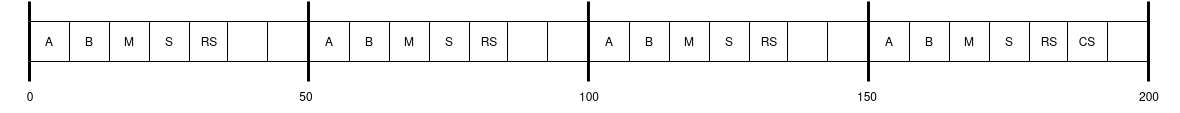
CosminOctavianPetre/RTS-P1-Cyclic-Scheduling keeps this draw.io diagram as schedulers/arduino/A.drawio.png. Above is the earlier version. Source tidied: cells renumbered, new cells last; positions are measured from the earlier drawing's top-left corner, leaving out a move shared by most shapes.
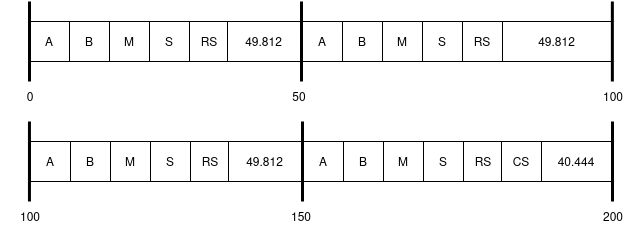
After the commit.

Change to the diagram source:
```diff
@@ -3,133 +3,133 @@
     <mxCell id="0" />
     <mxCell id="1" parent="0" />
     <mxCell id="2" value="B" style="rounded=0;whiteSpace=wrap;html=1;" parent="1" vertex="1">
-      <mxGeometry x="69" y="20" width="40" height="40" as="geometry" />
+      <mxGeometry x="83" y="20" width="40" height="40" as="geometry" />
     </mxCell>
     <mxCell id="3" value="A" style="rounded=0;whiteSpace=wrap;html=1;" parent="1" vertex="1">
-      <mxGeometry x="29" y="20" width="40" height="40" as="geometry" />
+      <mxGeometry x="43" y="20" width="40" height="40" as="geometry" />
     </mxCell>
     <mxCell id="4" style="endArrow=none;html=1;rounded=0;strokeWidth=3;strokeColor=default;" parent="1" edge="1">
       <mxGeometry relative="1" as="geometry">
-        <mxPoint x="308" as="sourcePoint" />
-        <mxPoint x="308" y="80" as="targetPoint" />
+        <mxPoint x="315" as="sourcePoint" />
+        <mxPoint x="315" y="80" as="targetPoint" />
       </mxGeometry>
     </mxCell>
     <mxCell id="5" value="50" style="text;html=1;strokeColor=none;fillColor=none;align=center;verticalAlign=middle;whiteSpace=wrap;rounded=0;" parent="1" vertex="1">
-      <mxGeometry x="276" y="80" width="60" height="30" as="geometry" />
+      <mxGeometry x="283" y="80" width="60" height="30" as="geometry" />
     </mxCell>
     <mxCell id="6" style="endArrow=none;html=1;rounded=0;strokeWidth=3;strokeColor=default;" parent="1" edge="1">
       <mxGeometry relative="1" as="geometry">
-        <mxPoint x="588" as="sourcePoint" />
-        <mxPoint x="588" y="80" as="targetPoint" />
+        <mxPoint x="43" y="120" as="sourcePoint" />
+        <mxPoint x="43" y="200" as="targetPoint" />
       </mxGeometry>
     </mxCell>
     <mxCell id="7" style="endArrow=none;html=1;rounded=0;strokeWidth=3;strokeColor=default;" parent="1" edge="1">
       <mxGeometry relative="1" as="geometry">
-        <mxPoint x="868" as="sourcePoint" />
-        <mxPoint x="868" y="80" as="targetPoint" />
+        <mxPoint x="316" y="120" as="sourcePoint" />
+        <mxPoint x="316" y="200" as="targetPoint" />
       </mxGeometry>
     </mxCell>
     <mxCell id="8" value="100" style="text;html=1;strokeColor=none;fillColor=none;align=center;verticalAlign=middle;whiteSpace=wrap;rounded=0;" parent="1" vertex="1">
-      <mxGeometry x="559" y="80" width="60" height="30" as="geometry" />
+      <mxGeometry x="14" y="200" width="60" height="30" as="geometry" />
     </mxCell>
     <mxCell id="9" value="150" style="text;html=1;strokeColor=none;fillColor=none;align=center;verticalAlign=middle;whiteSpace=wrap;rounded=0;" parent="1" vertex="1">
-      <mxGeometry x="837" y="80" width="60" height="30" as="geometry" />
+      <mxGeometry x="285" y="200" width="60" height="30" as="geometry" />
     </mxCell>
-    <mxCell id="10" value="200" style="text;html=1;strokeColor=none;fillColor=none;align=center;verticalAlign=middle;whiteSpace=wrap;rounded=0;" parent="1" vertex="1">
-      <mxGeometry x="1119" y="80" width="60" height="30" as="geometry" />
-    </mxCell>
     <mxCell id="11" style="endArrow=none;html=1;rounded=0;strokeWidth=3;strokeColor=default;" parent="1" edge="1">
       <mxGeometry relative="1" as="geometry">
-        <mxPoint x="29" as="sourcePoint" />
-        <mxPoint x="29" y="80" as="targetPoint" />
+        <mxPoint x="43" as="sourcePoint" />
+        <mxPoint x="43" y="80" as="targetPoint" />
       </mxGeometry>
     </mxCell>
     <mxCell id="12" style="endArrow=none;html=1;rounded=0;strokeWidth=3;strokeColor=default;" parent="1" edge="1">
       <mxGeometry relative="1" as="geometry">
-        <mxPoint x="1148" as="sourcePoint" />
-        <mxPoint x="1148" y="80" as="targetPoint" />
+        <mxPoint x="626" y="120" as="sourcePoint" />
+        <mxPoint x="626" y="200" as="targetPoint" />
       </mxGeometry>
     </mxCell>
     <mxCell id="13" value="0" style="text;html=1;strokeColor=none;fillColor=none;align=center;verticalAlign=middle;whiteSpace=wrap;rounded=0;" parent="1" vertex="1">
-      <mxGeometry y="80" width="60" height="30" as="geometry" />
+      <mxGeometry x="14" y="80" width="60" height="30" as="geometry" />
     </mxCell>
     <mxCell id="14" value="M" style="rounded=0;whiteSpace=wrap;html=1;" parent="1" vertex="1">
-      <mxGeometry x="109" y="20" width="40" height="40" as="geometry" />
+      <mxGeometry x="123" y="20" width="40" height="40" as="geometry" />
     </mxCell>
     <mxCell id="15" value="S" style="rounded=0;whiteSpace=wrap;html=1;" parent="1" vertex="1">
-      <mxGeometry x="149" y="20" width="40" height="40" as="geometry" />
+      <mxGeometry x="163" y="20" width="40" height="40" as="geometry" />
     </mxCell>
     <mxCell id="16" value="RS" style="rounded=0;whiteSpace=wrap;html=1;" parent="1" vertex="1">
-      <mxGeometry x="189" y="20" width="40" height="40" as="geometry" />
+      <mxGeometry x="203" y="20" width="40" height="40" as="geometry" />
     </mxCell>
-    <mxCell id="17" style="rounded=0;whiteSpace=wrap;html=1;" parent="1" vertex="1">
-      <mxGeometry x="227" y="20" width="40" height="40" as="geometry" />
+    <mxCell id="17" value="49.812" style="rounded=0;whiteSpace=wrap;html=1;" parent="1" vertex="1">
+      <mxGeometry x="241" y="20" width="73" height="40" as="geometry" />
     </mxCell>
     <mxCell id="18" value="B" style="rounded=0;whiteSpace=wrap;html=1;" parent="1" vertex="1">
-      <mxGeometry x="349" y="20" width="40" height="40" as="geometry" />
+      <mxGeometry x="356" y="20" width="40" height="40" as="geometry" />
     </mxCell>
     <mxCell id="19" value="A" style="rounded=0;whiteSpace=wrap;html=1;" parent="1" vertex="1">
-      <mxGeometry x="309" y="20" width="40" height="40" as="geometry" />
+      <mxGeometry x="316" y="20" width="40" height="40" as="geometry" />
     </mxCell>
     <mxCell id="20" value="M" style="rounded=0;whiteSpace=wrap;html=1;" parent="1" vertex="1">
-      <mxGeometry x="389" y="20" width="40" height="40" as="geometry" />
+      <mxGeometry x="396" y="20" width="40" height="40" as="geometry" />
     </mxCell>
     <mxCell id="21" value="S" style="rounded=0;whiteSpace=wrap;html=1;" parent="1" vertex="1">
-      <mxGeometry x="429" y="20" width="40" height="40" as="geometry" />
+      <mxGeometry x="436" y="20" width="40" height="40" as="geometry" />
     </mxCell>
     <mxCell id="22" value="RS" style="rounded=0;whiteSpace=wrap;html=1;" parent="1" vertex="1">
-      <mxGeometry x="469" y="20" width="40" height="40" as="geometry" />
+      <mxGeometry x="476" y="20" width="40" height="40" as="geometry" />
     </mxCell>
-    <mxCell id="23" style="rounded=0;whiteSpace=wrap;html=1;" parent="1" vertex="1">
-      <mxGeometry x="507" y="20" width="40" height="40" as="geometry" />
+    <mxCell id="23" value="49.812" style="rounded=0;whiteSpace=wrap;html=1;" parent="1" vertex="1">
+      <mxGeometry x="516" y="20" width="109" height="40" as="geometry" />
     </mxCell>
-    <mxCell id="24" style="rounded=0;whiteSpace=wrap;html=1;" parent="1" vertex="1">
-      <mxGeometry x="547" y="20" width="40" height="40" as="geometry" />
-    </mxCell>
-    <mxCell id="25" style="rounded=0;whiteSpace=wrap;html=1;" parent="1" vertex="1">
-      <mxGeometry x="267" y="20" width="40" height="40" as="geometry" />
-    </mxCell>
     <mxCell id="26" value="B" style="rounded=0;whiteSpace=wrap;html=1;" parent="1" vertex="1">
-      <mxGeometry x="629" y="20" width="40" height="40" as="geometry" />
+      <mxGeometry x="84" y="140" width="40" height="40" as="geometry" />
     </mxCell>
     <mxCell id="27" value="A" style="rounded=0;whiteSpace=wrap;html=1;" parent="1" vertex="1">
-      <mxGeometry x="589" y="20" width="40" height="40" as="geometry" />
+      <mxGeometry x="44" y="140" width="40" height="40" as="geometry" />
     </mxCell>
     <mxCell id="28" value="M" style="rounded=0;whiteSpace=wrap;html=1;" parent="1" vertex="1">
-      <mxGeometry x="669" y="20" width="40" height="40" as="geometry" />
+      <mxGeometry x="124" y="140" width="40" height="40" as="geometry" />
     </mxCell>
     <mxCell id="29" value="S" style="rounded=0;whiteSpace=wrap;html=1;" parent="1" vertex="1">
-      <mxGeometry x="709" y="20" width="40" height="40" as="geometry" />
+      <mxGeometry x="164" y="140" width="40" height="40" as="geometry" />
     </mxCell>
     <mxCell id="30" value="RS" style="rounded=0;whiteSpace=wrap;html=1;" parent="1" vertex="1">
-      <mxGeometry x="749" y="20" width="40" height="40" as="geometry" />
+      <mxGeometry x="204" y="140" width="40" height="40" as="geometry" />
     </mxCell>
-    <mxCell id="31" style="rounded=0;whiteSpace=wrap;html=1;" parent="1" vertex="1">
-      <mxGeometry x="787" y="20" width="40" height="40" as="geometry" />
+    <mxCell id="31" value="49.812" style="rounded=0;whiteSpace=wrap;html=1;" parent="1" vertex="1">
+      <mxGeometry x="242" y="140" width="73" height="40" as="geometry" />
     </mxCell>
-    <mxCell id="32" style="rounded=0;whiteSpace=wrap;html=1;" parent="1" vertex="1">
-      <mxGeometry x="827" y="20" width="40" height="40" as="geometry" />
-    </mxCell>
     <mxCell id="33" value="B" style="rounded=0;whiteSpace=wrap;html=1;" parent="1" vertex="1">
-      <mxGeometry x="909" y="20" width="40" height="40" as="geometry" />
+      <mxGeometry x="357" y="140" width="40" height="40" as="geometry" />
     </mxCell>
     <mxCell id="34" value="A" style="rounded=0;whiteSpace=wrap;html=1;" parent="1" vertex="1">
-      <mxGeometry x="869" y="20" width="40" height="40" as="geometry" />
+      <mxGeometry x="317" y="140" width="40" height="40" as="geometry" />
     </mxCell>
     <mxCell id="35" value="M" style="rounded=0;whiteSpace=wrap;html=1;" parent="1" vertex="1">
-      <mxGeometry x="949" y="20" width="40" height="40" as="geometry" />
+      <mxGeometry x="397" y="140" width="40" height="40" as="geometry" />
     </mxCell>
     <mxCell id="36" value="S" style="rounded=0;whiteSpace=wrap;html=1;" parent="1" vertex="1">
-      <mxGeometry x="989" y="20" width="40" height="40" as="geometry" />
+      <mxGeometry x="437" y="140" width="40" height="40" as="geometry" />
     </mxCell>
     <mxCell id="37" value="RS" style="rounded=0;whiteSpace=wrap;html=1;" parent="1" vertex="1">
-      <mxGeometry x="1029" y="20" width="40" height="40" as="geometry" />
+      <mxGeometry x="477" y="140" width="40" height="40" as="geometry" />
     </mxCell>
     <mxCell id="38" value="CS" style="rounded=0;whiteSpace=wrap;html=1;" parent="1" vertex="1">
-      <mxGeometry x="1067" y="20" width="40" height="40" as="geometry" />
+      <mxGeometry x="515" y="140" width="40" height="40" as="geometry" />
     </mxCell>
-    <mxCell id="39" style="rounded=0;whiteSpace=wrap;html=1;" parent="1" vertex="1">
-      <mxGeometry x="1107" y="20" width="40" height="40" as="geometry" />
+    <mxCell id="39" value="40.444" style="rounded=0;whiteSpace=wrap;html=1;" parent="1" vertex="1">
+      <mxGeometry x="555" y="140" width="70" height="40" as="geometry" />
     </mxCell>
+    <mxCell id="40" value="100" style="text;html=1;strokeColor=none;fillColor=none;align=center;verticalAlign=middle;whiteSpace=wrap;rounded=0;" parent="1" vertex="1">
+      <mxGeometry x="597" y="80" width="60" height="30" as="geometry" />
+    </mxCell>
+    <mxCell id="41" style="endArrow=none;html=1;rounded=0;strokeWidth=3;strokeColor=default;" parent="1" edge="1">
+      <mxGeometry relative="1" as="geometry">
+        <mxPoint x="625.9" as="sourcePoint" />
+        <mxPoint x="625.9" y="80" as="targetPoint" />
+      </mxGeometry>
+    </mxCell>
+    <mxCell id="10" value="200" style="text;html=1;strokeColor=none;fillColor=none;align=center;verticalAlign=middle;whiteSpace=wrap;rounded=0;" parent="1" vertex="1">
+      <mxGeometry x="597" y="200" width="60" height="30" as="geometry" />
+    </mxCell>
   </root>
 </mxGraphModel>
```
